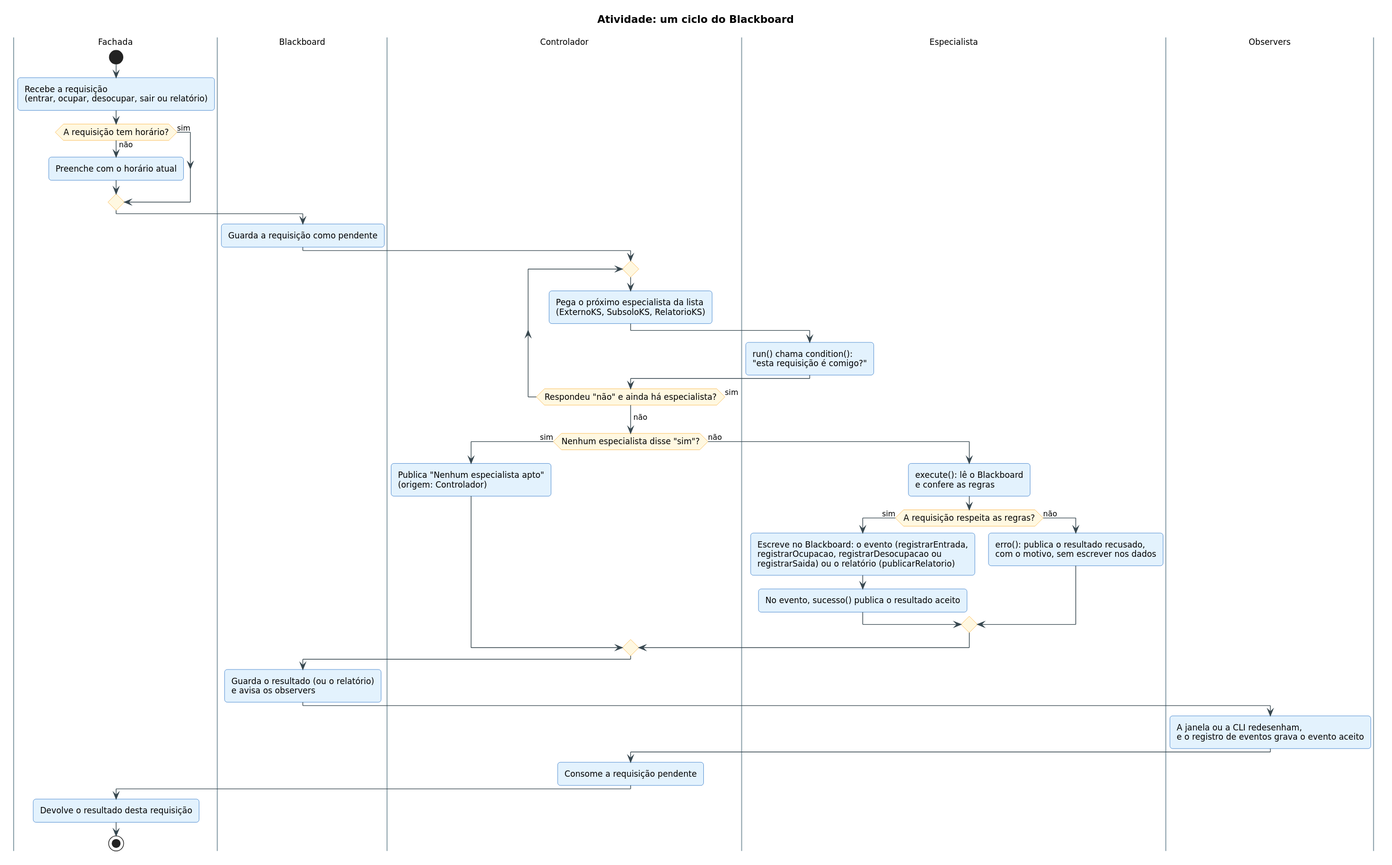
MatheusKubrusly/caderno-de-estudos keeps this PlantUML diagram as faculdade/arquitetura-e-padroes-de-software/atividades_para_entregar/trabalho_final/descricao-arquitetural/diagramas/atividade-ciclo-do-blackboard.svg. Above is the earlier version. Source of this version:
```plantuml
@startuml
!include estilo.iuml
title Atividade: um ciclo do Blackboard

|Fachada|
start
:Recebe a requisição
(entrar, ocupar, desocupar, sair ou relatório);
if (A requisição tem horário?) then (não)
  :Preenche com o horário atual;
else (sim)
endif
|Blackboard|
:Guarda a requisição como pendente;
|Controlador|
repeat
  :Pega o próximo especialista da lista
  (ExternoKS, SubsoloKS, RelatorioKS);
  |Especialista|
  :run() chama condition():
  "esta requisição é comigo?";
  |Controlador|
repeat while (Respondeu "não" e ainda há especialista?) is (sim)
->não;
if (Nenhum especialista disse "sim"?) then (sim)
  :Publica "Nenhum especialista apto"
  (origem: Controlador);
else (não)
  |Especialista|
  :execute(): lê o Blackboard
  e confere as regras;
  if (A requisição respeita as regras?) then (sim)
    :Escreve no Blackboard: o evento (registrarEntrada,
    registrarOcupacao, registrarDesocupacao ou
    registrarSaida) ou o relatório (publicarRelatorio);
    :No evento, sucesso() publica o resultado aceito;
  else (não)
    :erro(): publica o resultado recusado,
    com o motivo, sem escrever nos dados;
  endif
endif
|Blackboard|
:Guarda o resultado (ou o relatório)
e avisa os observers;
|Observers|
:A janela ou a CLI redesenham,
e o registro de eventos grava o evento aceito;
|Controlador|
:Consome a requisição pendente;
|Fachada|
:Devolve o resultado desta requisição;
stop
@enduml
```
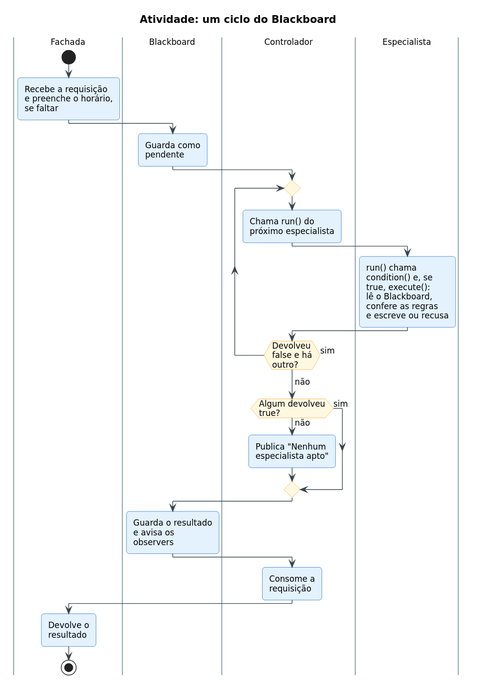
After the commit.

What changed in the source:
```diff
@@ -5,49 +5,42 @@
 |Fachada|
 start
 :Recebe a requisição
-(entrar, ocupar, desocupar, sair ou relatório);
-if (A requisição tem horário?) then (não)
-  :Preenche com o horário atual;
+e preenche o horário,
+se faltar;
+|Blackboard|
+:Guarda como
+pendente;
+|Controlador|
+repeat
+  :Chama run() do
+  próximo especialista;
+  |Especialista|
+  :run() chama
+  condition() e, se
+  true, execute():
+  lê o Blackboard,
+  confere as regras
+  e escreve ou recusa;
+  |Controlador|
+repeat while (Devolveu
+false e há
+outro?) is (sim)
+->não;
+if (Algum devolveu
+true?) then (não)
+  :Publica "Nenhum
+  especialista apto";
 else (sim)
 endif
 |Blackboard|
-:Guarda a requisição como pendente;
+:Guarda o resultado
+e avisa os
+observers;
 |Controlador|
-repeat
-  :Pega o próximo especialista da lista
-  (ExternoKS, SubsoloKS, RelatorioKS);
-  |Especialista|
-  :run() chama condition():
-  "esta requisição é comigo?";
-  |Controlador|
-repeat while (Respondeu "não" e ainda há especialista?) is (sim)
-->não;
-if (Nenhum especialista disse "sim"?) then (sim)
-  :Publica "Nenhum especialista apto"
-  (origem: Controlador);
-else (não)
-  |Especialista|
-  :execute(): lê o Blackboard
-  e confere as regras;
-  if (A requisição respeita as regras?) then (sim)
-    :Escreve no Blackboard: o evento (registrarEntrada,
-    registrarOcupacao, registrarDesocupacao ou
-    registrarSaida) ou o relatório (publicarRelatorio);
-    :No evento, sucesso() publica o resultado aceito;
-  else (não)
-    :erro(): publica o resultado recusado,
-    com o motivo, sem escrever nos dados;
-  endif
-endif
-|Blackboard|
-:Guarda o resultado (ou o relatório)
-e avisa os observers;
-|Observers|
-:A janela ou a CLI redesenham,
-e o registro de eventos grava o evento aceito;
-|Controlador|
-:Consome a requisição pendente;
+:Consome a
+requisição;
 |Fachada|
-:Devolve o resultado desta requisição;
+:Devolve o
+resultado;
 stop
 @enduml
```
